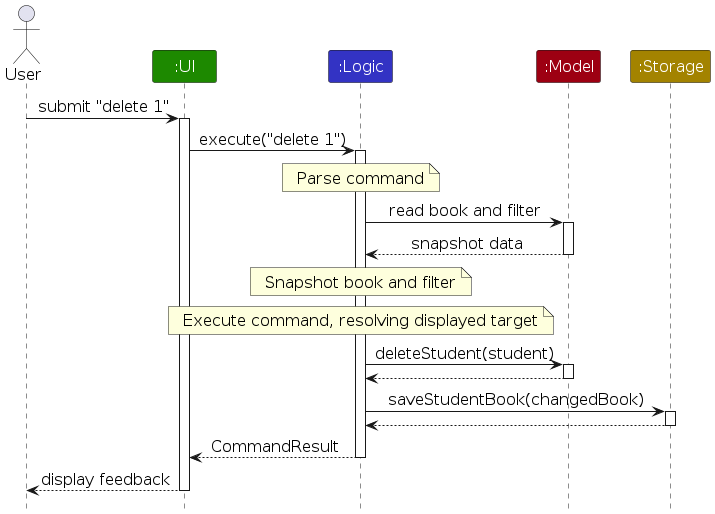
Earlier version of the PlantUML export diagrams/ArchitectureSequenceDiagram.png (AY2627S1-CS2103T-T16-1/tp). Its source is kept beside it as diagrams/ArchitectureSequenceDiagram.puml.
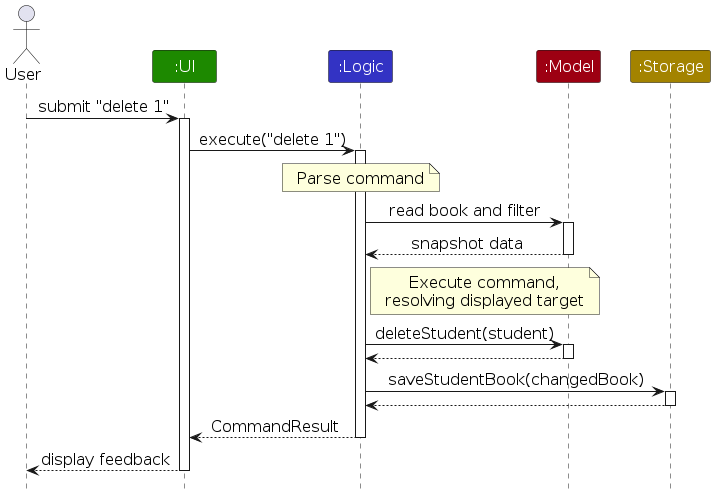
After the commit.

What changed in the source:
```diff
@@ -18,8 +18,10 @@
 activate model
 model --> logic : snapshot data
 deactivate model
-note over logic : Snapshot book and filter
-note over logic : Execute command, resolving displayed target
+note right of logic
+  Execute command,
+  resolving displayed target
+end note
 logic -> model : deleteStudent(student)
 activate model
 model --> logic
```
